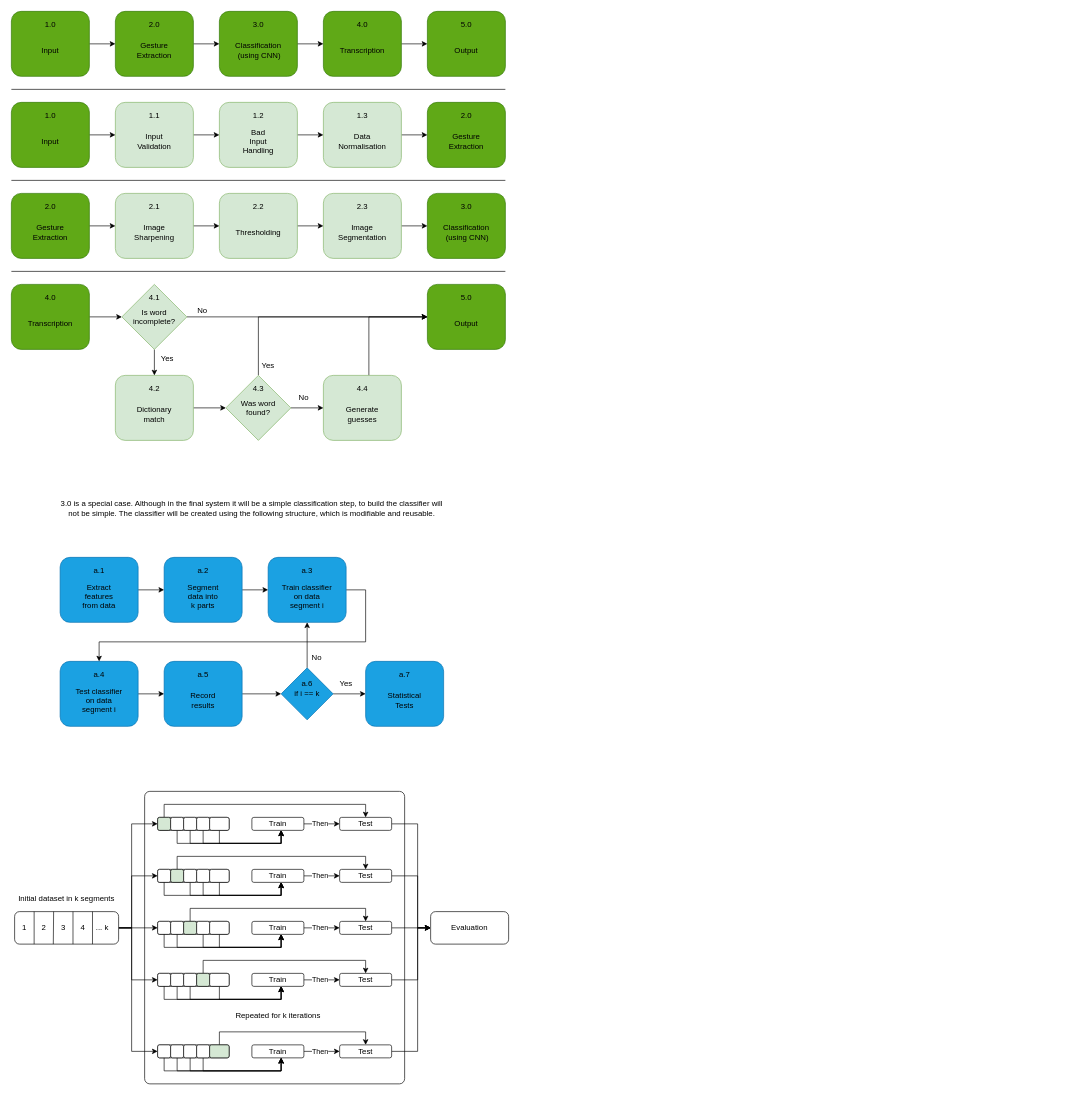
Above: Untitled Diagram.drawio in Inkletblot/drawio (draw.io), before the change. Source tidied: cells renumbered, new cells numbered last; positions are measured from the earlier drawing's top-left corner, leaving out a move shared by most shapes. Both pictures are drawn from the tidied source at 65%, with x=0, y=0 at pixel (11, 11).
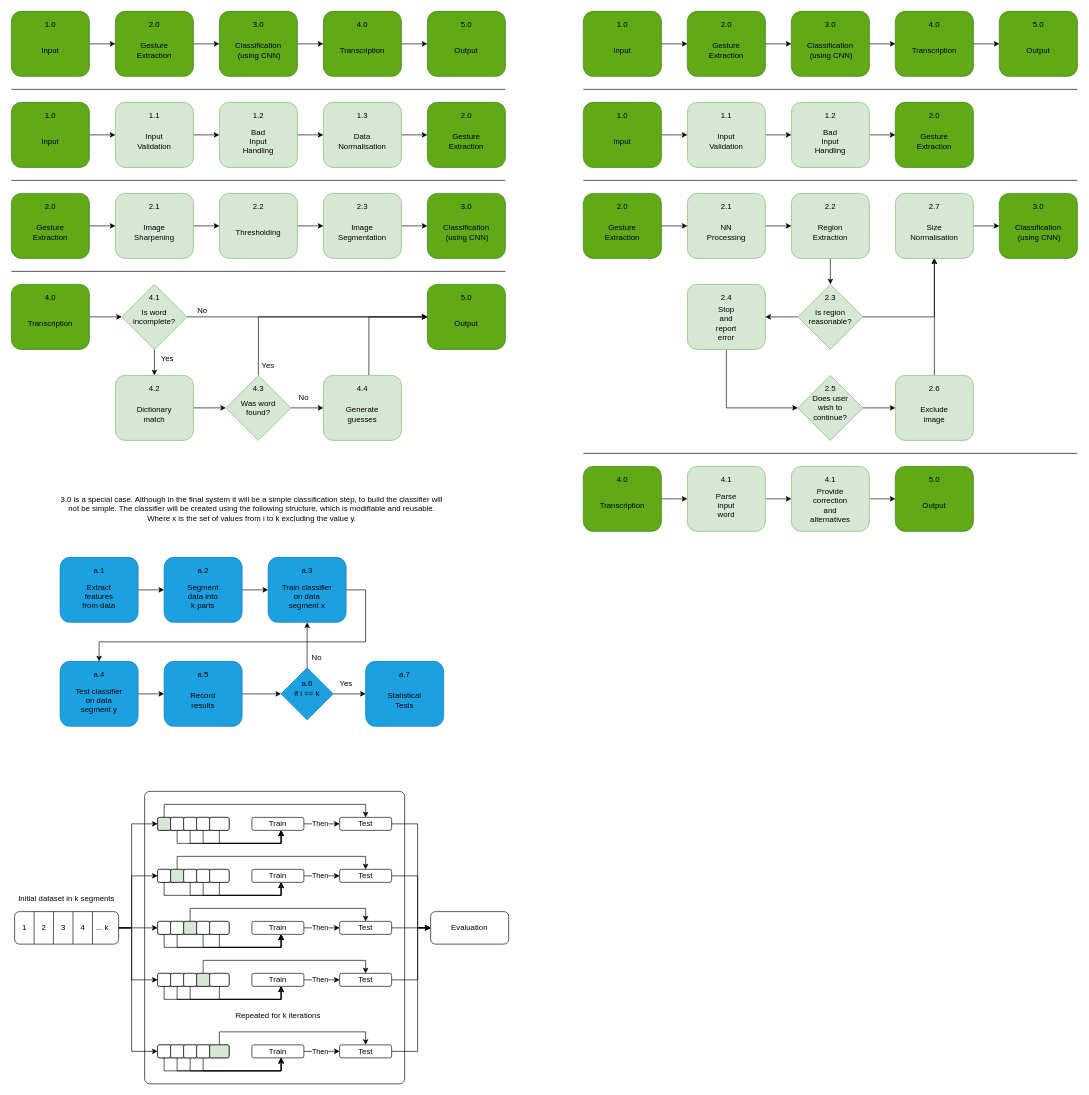
Above is the later version.

What changed in the source:
```diff
@@
-    <mxCell id="47" value="&lt;div&gt;3.0 is a special case. Although in the final system it will be a simple classification step, to build the classifier will not be simple. The classifier will be created using the following structure, which is modifiable and reusable.&lt;br&gt;&lt;/div&gt;" style="text;html=1;strokeColor=none;fillColor=none;align=center;verticalAlign=middle;whiteSpace=wrap;rounded=0;" parent="1" vertex="1">
+    <mxCell id="47" value="&lt;div&gt;3.0 is a special case. Although in the final system it will be a simple classification step, to build the classifier will not be simple. The classifier will be created using the following structure, which is modifiable and reusable. Where x is the set of values from i to k excluding the value y.&lt;br&gt;&lt;/div&gt;" style="text;html=1;strokeColor=none;fillColor=none;align=center;verticalAlign=middle;whiteSpace=wrap;rounded=0;" parent="1" vertex="1">
       <mxGeometry x="70" y="750" width="600" height="30" as="geometry" />
     </mxCell>
@@
-    <mxCell id="55" value="&lt;div&gt;Train classifier on data segment i&lt;/div&gt;" style="text;html=1;strokeColor=none;fillColor=none;align=center;verticalAlign=middle;whiteSpace=wrap;rounded=0;" parent="1" vertex="1">
+    <mxCell id="55" value="&lt;div&gt;Train classifier on data segment x&lt;br&gt;&lt;/div&gt;" style="text;html=1;strokeColor=none;fillColor=none;align=center;verticalAlign=middle;whiteSpace=wrap;rounded=0;" parent="1" vertex="1">
       <mxGeometry x="410" y="890" width="90" height="20" as="geometry" />
     </mxCell>
@@
-    <mxCell id="169" value="Test classifier on data segment i" style="text;html=1;strokeColor=none;fillColor=none;align=center;verticalAlign=middle;whiteSpace=wrap;rounded=0;" parent="1" vertex="1">
+    <mxCell id="169" value="Test classifier on data segment y" style="text;html=1;strokeColor=none;fillColor=none;align=center;verticalAlign=middle;whiteSpace=wrap;rounded=0;" parent="1" vertex="1">
       <mxGeometry x="90" y="1050" width="90" height="20" as="geometry" />
     </mxCell>
@@
+    <mxCell id="214" style="edgeStyle=orthogonalEdgeStyle;rounded=0;jettySize=auto;html=1;" parent="1" edge="1" source="215" target="222">
+      <mxGeometry relative="1" as="geometry" />
+    </mxCell>
+    <mxCell id="215" style="rounded=1;whiteSpace=wrap;html=1;fillColor=#60a917;strokeColor=#2D7600;fontColor=#ffffff;" parent="1" vertex="1">
+      <mxGeometry x="880" y="700" width="120" height="100" as="geometry" />
+    </mxCell>
+    <mxCell id="216" value="4.0" style="text;html=1;strokeColor=none;fillColor=none;align=center;verticalAlign=middle;whiteSpace=wrap;rounded=0;" parent="1" vertex="1">
+      <mxGeometry x="920" y="710" width="40" height="20" as="geometry" />
+    </mxCell>
+    <mxCell id="217" value="Transcription" style="text;html=1;strokeColor=none;fillColor=none;align=center;verticalAlign=middle;whiteSpace=wrap;rounded=0;" parent="1" vertex="1">
+      <mxGeometry x="920" y="750" width="40" height="20" as="geometry" />
+    </mxCell>
+    <mxCell id="218" style="rounded=1;whiteSpace=wrap;html=1;fillColor=#60a917;strokeColor=#2D7600;fontColor=#ffffff;" parent="1" vertex="1">
+      <mxGeometry x="1360" y="700" width="120" height="100" as="geometry" />
+    </mxCell>
+    <mxCell id="219" value="5.0" style="text;html=1;strokeColor=none;fillColor=none;align=center;verticalAlign=middle;whiteSpace=wrap;rounded=0;" parent="1" vertex="1">
+      <mxGeometry x="1400" y="710" width="40" height="20" as="geometry" />
+    </mxCell>
+    <mxCell id="220" value="Output" style="text;html=1;strokeColor=none;fillColor=none;align=center;verticalAlign=middle;whiteSpace=wrap;rounded=0;" parent="1" vertex="1">
+      <mxGeometry x="1400" y="750" width="40" height="20" as="geometry" />
+    </mxCell>
+    <mxCell id="221" style="edgeStyle=orthogonalEdgeStyle;rounded=0;jettySize=auto;html=1;" parent="1" edge="1" source="222" target="226">
+      <mxGeometry relative="1" as="geometry" />
+    </mxCell>
+    <mxCell id="222" style="rounded=1;whiteSpace=wrap;html=1;fillColor=#d5e8d4;strokeColor=#82b366;" parent="1" vertex="1">
+      <mxGeometry x="1040" y="700" width="120" height="100" as="geometry" />
+    </mxCell>
+    <mxCell id="223" value="4.1" style="text;html=1;strokeColor=none;fillColor=none;align=center;verticalAlign=middle;whiteSpace=wrap;rounded=0;" parent="1" vertex="1">
+      <mxGeometry x="1080" y="710" width="40" height="20" as="geometry" />
+    </mxCell>
+    <mxCell id="224" value="Parse input word" style="text;html=1;strokeColor=none;fillColor=none;align=center;verticalAlign=middle;whiteSpace=wrap;rounded=0;" parent="1" vertex="1">
+      <mxGeometry x="1080" y="750" width="40" height="20" as="geometry" />
+    </mxCell>
+    <mxCell id="225" style="edgeStyle=orthogonalEdgeStyle;rounded=0;jettySize=auto;html=1;" parent="1" edge="1" source="226" target="218">
+      <mxGeometry relative="1" as="geometry" />
+    </mxCell>
+    <mxCell id="226" style="rounded=1;whiteSpace=wrap;html=1;fillColor=#d5e8d4;strokeColor=#82b366;" parent="1" vertex="1">
+      <mxGeometry x="1200" y="700" width="120" height="100" as="geometry" />
+    </mxCell>
+    <mxCell id="227" value="4.1" style="text;html=1;strokeColor=none;fillColor=none;align=center;verticalAlign=middle;whiteSpace=wrap;rounded=0;" parent="1" vertex="1">
+      <mxGeometry x="1240" y="710" width="40" height="20" as="geometry" />
+    </mxCell>
+    <mxCell id="228" value="Provide correction and alternatives" style="text;html=1;strokeColor=none;fillColor=none;align=center;verticalAlign=middle;whiteSpace=wrap;rounded=0;" parent="1" vertex="1">
+      <mxGeometry x="1240" y="750" width="40" height="20" as="geometry" />
+    </mxCell>
+    <mxCell id="229" style="edgeStyle=orthogonalEdgeStyle;rounded=0;jettySize=auto;html=1;" parent="1" edge="1" source="230" target="233">
+      <mxGeometry relative="1" as="geometry" />
+    </mxCell>
+    <mxCell id="230" style="rounded=1;whiteSpace=wrap;html=1;fillColor=#d5e8d4;strokeColor=#82b366;" parent="1" vertex="1">
+      <mxGeometry x="1040" y="280" width="120" height="100" as="geometry" />
+    </mxCell>
+    <mxCell id="231" value="2.1" style="text;html=1;strokeColor=none;fillColor=none;align=center;verticalAlign=middle;whiteSpace=wrap;rounded=0;" parent="1" vertex="1">
+      <mxGeometry x="1080" y="290" width="40" height="20" as="geometry" />
+    </mxCell>
+    <mxCell id="232" style="edgeStyle=orthogonalEdgeStyle;rounded=0;jettySize=auto;html=1;" parent="1" edge="1" source="233" target="287">
+      <mxGeometry relative="1" as="geometry" />
+    </mxCell>
+    <mxCell id="233" style="rounded=1;whiteSpace=wrap;html=1;fillColor=#d5e8d4;strokeColor=#82b366;" parent="1" vertex="1">
+      <mxGeometry x="1200" y="280" width="120" height="100" as="geometry" />
+    </mxCell>
+    <mxCell id="234" value="2.2" style="text;html=1;strokeColor=none;fillColor=none;align=center;verticalAlign=middle;whiteSpace=wrap;rounded=0;" parent="1" vertex="1">
+      <mxGeometry x="1240" y="290" width="40" height="20" as="geometry" />
+    </mxCell>
+    <mxCell id="235" value="NN Processing" style="text;html=1;strokeColor=none;fillColor=none;align=center;verticalAlign=middle;whiteSpace=wrap;rounded=0;" parent="1" vertex="1">
+      <mxGeometry x="1080" y="330" width="40" height="20" as="geometry" />
+    </mxCell>
+    <mxCell id="236" value="Region Extraction" style="text;html=1;strokeColor=none;fillColor=none;align=center;verticalAlign=middle;whiteSpace=wrap;rounded=0;" parent="1" vertex="1">
+      <mxGeometry x="1240" y="330" width="40" height="20" as="geometry" />
+    </mxCell>
+    <mxCell id="237" style="edgeStyle=orthogonalEdgeStyle;rounded=0;jettySize=auto;html=1;" parent="1" edge="1" source="238" target="245">
+      <mxGeometry relative="1" as="geometry" />
+    </mxCell>
+    <mxCell id="238" style="rounded=1;whiteSpace=wrap;html=1;fillColor=#d5e8d4;strokeColor=#82b366;" parent="1" vertex="1">
+      <mxGeometry x="1360" y="280" width="120" height="100" as="geometry" />
+    </mxCell>
+    <mxCell id="239" value="2.7" style="text;html=1;strokeColor=none;fillColor=none;align=center;verticalAlign=middle;whiteSpace=wrap;rounded=0;" parent="1" vertex="1">
+      <mxGeometry x="1400" y="290" width="40" height="20" as="geometry" />
+    </mxCell>
+    <mxCell id="240" value="Size Normalisation" style="text;html=1;strokeColor=none;fillColor=none;align=center;verticalAlign=middle;whiteSpace=wrap;rounded=0;" parent="1" vertex="1">
+      <mxGeometry x="1400" y="330" width="40" height="20" as="geometry" />
+    </mxCell>
+    <mxCell id="241" style="edgeStyle=orthogonalEdgeStyle;rounded=0;jettySize=auto;html=1;entryX=0;entryY=0.5;entryDx=0;entryDy=0;" parent="1" edge="1" source="242" target="230">
+      <mxGeometry relative="1" as="geometry" />
+    </mxCell>
+    <mxCell id="242" style="rounded=1;whiteSpace=wrap;html=1;fillColor=#60a917;strokeColor=#2D7600;fontColor=#ffffff;" parent="1" vertex="1">
+      <mxGeometry x="880" y="280" width="120" height="100" as="geometry" />
+    </mxCell>
+    <mxCell id="243" value="2.0" style="text;html=1;strokeColor=none;fillColor=none;align=center;verticalAlign=middle;whiteSpace=wrap;rounded=0;" parent="1" vertex="1">
+      <mxGeometry x="920" y="290" width="40" height="20" as="geometry" />
+    </mxCell>
+    <mxCell id="244" value="Gesture Extraction" style="text;html=1;strokeColor=none;fillColor=none;align=center;verticalAlign=middle;whiteSpace=wrap;rounded=0;" parent="1" vertex="1">
+      <mxGeometry x="920" y="330" width="40" height="20" as="geometry" />
+    </mxCell>
+    <mxCell id="245" style="rounded=1;whiteSpace=wrap;html=1;fillColor=#60a917;strokeColor=#2D7600;fontColor=#ffffff;" parent="1" vertex="1">
+      <mxGeometry x="1520" y="280" width="120" height="100" as="geometry" />
+    </mxCell>
+    <mxCell id="246" value="3.0" style="text;html=1;strokeColor=none;fillColor=none;align=center;verticalAlign=middle;whiteSpace=wrap;rounded=0;" parent="1" vertex="1">
+      <mxGeometry x="1560" y="290" width="40" height="20" as="geometry" />
+    </mxCell>
+    <mxCell id="247" value="&lt;div&gt;Classification&lt;/div&gt;&lt;div&gt;&amp;nbsp;(using CNN)&lt;/div&gt;" style="text;html=1;strokeColor=none;fillColor=none;align=center;verticalAlign=middle;whiteSpace=wrap;rounded=0;" parent="1" vertex="1">
+      <mxGeometry x="1560" y="330" width="40" height="20" as="geometry" />
+    </mxCell>
+    <mxCell id="248" style="edgeStyle=orthogonalEdgeStyle;rounded=0;jettySize=auto;html=1;" parent="1" edge="1" source="249" target="253">
+      <mxGeometry relative="1" as="geometry" />
+    </mxCell>
+    <mxCell id="249" style="rounded=1;whiteSpace=wrap;html=1;fillColor=#d5e8d4;strokeColor=#82b366;" parent="1" vertex="1">
+      <mxGeometry x="1040" y="140" width="120" height="100" as="geometry" />
+    </mxCell>
+    <mxCell id="250" value="1.1" style="text;html=1;strokeColor=none;fillColor=none;align=center;verticalAlign=middle;whiteSpace=wrap;rounded=0;" parent="1" vertex="1">
+      <mxGeometry x="1080" y="150" width="40" height="20" as="geometry" />
+    </mxCell>
+    <mxCell id="251" value="Input Validation" style="text;html=1;strokeColor=none;fillColor=none;align=center;verticalAlign=middle;whiteSpace=wrap;rounded=0;" parent="1" vertex="1">
+      <mxGeometry x="1080" y="190" width="40" height="20" as="geometry" />
+    </mxCell>
+    <mxCell id="252" style="edgeStyle=orthogonalEdgeStyle;rounded=0;jettySize=auto;html=1;" parent="1" edge="1" source="253" target="260">
+      <mxGeometry relative="1" as="geometry" />
+    </mxCell>
+    <mxCell id="253" style="rounded=1;whiteSpace=wrap;html=1;fillColor=#d5e8d4;strokeColor=#82b366;" parent="1" vertex="1">
+      <mxGeometry x="1200" y="140" width="120" height="100" as="geometry" />
+    </mxCell>
+    <mxCell id="254" value="1.2" style="text;html=1;strokeColor=none;fillColor=none;align=center;verticalAlign=middle;whiteSpace=wrap;rounded=0;" parent="1" vertex="1">
+      <mxGeometry x="1240" y="150" width="40" height="20" as="geometry" />
+    </mxCell>
+    <mxCell id="255" value="Bad Input Handling" style="text;html=1;strokeColor=none;fillColor=none;align=center;verticalAlign=middle;whiteSpace=wrap;rounded=0;" parent="1" vertex="1">
+      <mxGeometry x="1240" y="190" width="40" height="20" as="geometry" />
+    </mxCell>
+    <mxCell id="256" style="edgeStyle=orthogonalEdgeStyle;rounded=0;jettySize=auto;html=1;" parent="1" edge="1" source="257" target="249">
+      <mxGeometry relative="1" as="geometry" />
+    </mxCell>
+    <mxCell id="257" style="rounded=1;whiteSpace=wrap;html=1;fillColor=#60a917;strokeColor=#2D7600;fontColor=#ffffff;" parent="1" vertex="1">
+      <mxGeometry x="880" y="140" width="120" height="100" as="geometry" />
+    </mxCell>
+    <mxCell id="258" value="1.0" style="text;html=1;strokeColor=none;fillColor=none;align=center;verticalAlign=middle;whiteSpace=wrap;rounded=0;" parent="1" vertex="1">
+      <mxGeometry x="920" y="150" width="40" height="20" as="geometry" />
+    </mxCell>
+    <mxCell id="259" value="Input" style="text;html=1;strokeColor=none;fillColor=none;align=center;verticalAlign=middle;whiteSpace=wrap;rounded=0;" parent="1" vertex="1">
+      <mxGeometry x="920" y="190" width="40" height="20" as="geometry" />
+    </mxCell>
+    <mxCell id="260" style="rounded=1;whiteSpace=wrap;html=1;fillColor=#60a917;strokeColor=#2D7600;fontColor=#ffffff;" parent="1" vertex="1">
+      <mxGeometry x="1360" y="140" width="120" height="100" as="geometry" />
+    </mxCell>
+    <mxCell id="261" value="2.0" style="text;html=1;strokeColor=none;fillColor=none;align=center;verticalAlign=middle;whiteSpace=wrap;rounded=0;" parent="1" vertex="1">
+      <mxGeometry x="1400" y="150" width="40" height="20" as="geometry" />
+    </mxCell>
+    <mxCell id="262" value="Gesture Extraction" style="text;html=1;strokeColor=none;fillColor=none;align=center;verticalAlign=middle;whiteSpace=wrap;rounded=0;" parent="1" vertex="1">
+      <mxGeometry x="1400" y="190" width="40" height="20" as="geometry" />
+    </mxCell>
+    <mxCell id="263" style="edgeStyle=orthogonalEdgeStyle;rounded=0;jettySize=auto;html=1;entryX=0;entryY=0.5;entryDx=0;entryDy=0;" parent="1" edge="1" source="264" target="268">
+      <mxGeometry relative="1" as="geometry" />
+    </mxCell>
+    <mxCell id="264" style="rounded=1;whiteSpace=wrap;html=1;fillColor=#60a917;strokeColor=#2D7600;fontColor=#ffffff;" parent="1" vertex="1">
+      <mxGeometry x="880" width="120" height="100" as="geometry" />
+    </mxCell>
+    <mxCell id="265" value="1.0" style="text;html=1;strokeColor=none;fillColor=none;align=center;verticalAlign=middle;whiteSpace=wrap;rounded=0;" parent="1" vertex="1">
+      <mxGeometry x="920" y="10" width="40" height="20" as="geometry" />
+    </mxCell>
+    <mxCell id="266" value="Input" style="text;html=1;strokeColor=none;fillColor=none;align=center;verticalAlign=middle;whiteSpace=wrap;rounded=0;" parent="1" vertex="1">
+      <mxGeometry x="920" y="50" width="40" height="20" as="geometry" />
+    </mxCell>
+    <mxCell id="267" style="edgeStyle=orthogonalEdgeStyle;rounded=0;jettySize=auto;html=1;" parent="1" edge="1" source="268" target="272">
+      <mxGeometry relative="1" as="geometry" />
+    </mxCell>
+    <mxCell id="268" style="rounded=1;whiteSpace=wrap;html=1;fillColor=#60a917;strokeColor=#2D7600;fontColor=#ffffff;" parent="1" vertex="1">
+      <mxGeometry x="1040" width="120" height="100" as="geometry" />
+    </mxCell>
+    <mxCell id="269" value="2.0" style="text;html=1;strokeColor=none;fillColor=none;align=center;verticalAlign=middle;whiteSpace=wrap;rounded=0;" parent="1" vertex="1">
+      <mxGeometry x="1080" y="10" width="40" height="20" as="geometry" />
+    </mxCell>
+    <mxCell id="270" value="Gesture Extraction" style="text;html=1;strokeColor=none;fillColor=none;align=center;verticalAlign=middle;whiteSpace=wrap;rounded=0;" parent="1" vertex="1">
+      <mxGeometry x="1080" y="50" width="40" height="20" as="geometry" />
+    </mxCell>
+    <mxCell id="271" style="edgeStyle=orthogonalEdgeStyle;rounded=0;jettySize=auto;html=1;" parent="1" edge="1" source="272" target="276">
+      <mxGeometry relative="1" as="geometry" />
+    </mxCell>
+    <mxCell id="272" style="rounded=1;whiteSpace=wrap;html=1;fillColor=#60a917;strokeColor=#2D7600;fontColor=#ffffff;" parent="1" vertex="1">
+      <mxGeometry x="1200" width="120" height="100" as="geometry" />
+    </mxCell>
+    <mxCell id="273" value="3.0" style="text;html=1;strokeColor=none;fillColor=none;align=center;verticalAlign=middle;whiteSpace=wrap;rounded=0;" parent="1" vertex="1">
+      <mxGeometry x="1240" y="10" width="40" height="20" as="geometry" />
+    </mxCell>
+    <mxCell id="274" value="&lt;div&gt;Classification&lt;/div&gt;&lt;div&gt;&amp;nbsp;(using CNN)&lt;/div&gt;" style="text;html=1;strokeColor=none;fillColor=none;align=center;verticalAlign=middle;whiteSpace=wrap;rounded=0;" parent="1" vertex="1">
+      <mxGeometry x="1240" y="50" width="40" height="20" as="geometry" />
+    </mxCell>
+    <mxCell id="275" style="edgeStyle=orthogonalEdgeStyle;rounded=0;jettySize=auto;html=1;" parent="1" edge="1" source="276" target="279">
+      <mxGeometry relative="1" as="geometry" />
+    </mxCell>
+    <mxCell id="276" style="rounded=1;whiteSpace=wrap;html=1;fillColor=#60a917;strokeColor=#2D7600;fontColor=#ffffff;" parent="1" vertex="1">
+      <mxGeometry x="1360" width="120" height="100" as="geometry" />
+    </mxCell>
+    <mxCell id="277" value="4.0" style="text;html=1;strokeColor=none;fillColor=none;align=center;verticalAlign=middle;whiteSpace=wrap;rounded=0;" parent="1" vertex="1">
+      <mxGeometry x="1400" y="10" width="40" height="20" as="geometry" />
+    </mxCell>
+    <mxCell id="278" value="Transcription" style="text;html=1;strokeColor=none;fillColor=none;align=center;verticalAlign=middle;whiteSpace=wrap;rounded=0;" parent="1" vertex="1">
+      <mxGeometry x="1400" y="50" width="40" height="20" as="geometry" />
+    </mxCell>
+    <mxCell id="279" style="rounded=1;whiteSpace=wrap;html=1;fillColor=#60a917;strokeColor=#2D7600;fontColor=#ffffff;" parent="1" vertex="1">
+      <mxGeometry x="1520" width="120" height="100" as="geometry" />
+    </mxCell>
+    <mxCell id="280" value="5.0" style="text;html=1;strokeColor=none;fillColor=none;align=center;verticalAlign=middle;whiteSpace=wrap;rounded=0;" parent="1" vertex="1">
+      <mxGeometry x="1560" y="10" width="40" height="20" as="geometry" />
+    </mxCell>
+    <mxCell id="281" value="Output" style="text;html=1;strokeColor=none;fillColor=none;align=center;verticalAlign=middle;whiteSpace=wrap;rounded=0;" parent="1" vertex="1">
+      <mxGeometry x="1560" y="50" width="40" height="20" as="geometry" />
+    </mxCell>
+    <mxCell id="282" style="endArrow=none;html=1;rounded=0;" parent="1" edge="1">
+      <mxGeometry relative="1" as="geometry">
+        <mxPoint x="880" y="120" as="sourcePoint" />
+        <mxPoint x="1640" y="120" as="targetPoint" />
+      </mxGeometry>
+    </mxCell>
+    <mxCell id="283" style="endArrow=none;html=1;rounded=0;" parent="1" edge="1">
+      <mxGeometry relative="1" as="geometry">
+        <mxPoint x="880" y="260" as="sourcePoint" />
+        <mxPoint x="1640" y="260" as="targetPoint" />
+      </mxGeometry>
+    </mxCell>
+    <mxCell id="284" style="endArrow=none;html=1;rounded=0;" parent="1" edge="1">
+      <mxGeometry relative="1" as="geometry">
+        <mxPoint x="880" y="680" as="sourcePoint" />
+        <mxPoint x="1640" y="680" as="targetPoint" />
+      </mxGeometry>
+    </mxCell>
+    <mxCell id="285" style="edgeStyle=orthogonalEdgeStyle;rounded=0;jettySize=auto;html=1;" parent="1" edge="1" source="287" target="238">
+      <mxGeometry relative="1" as="geometry" />
+    </mxCell>
+    <mxCell id="286" style="edgeStyle=orthogonalEdgeStyle;rounded=0;jettySize=auto;html=1;" parent="1" edge="1" source="287" target="290">
+      <mxGeometry relative="1" as="geometry" />
+    </mxCell>
+    <mxCell id="287" value="Is region reasonable?" style="rhombus;whiteSpace=wrap;html=1;fillColor=#d5e8d4;strokeColor=#82b366;" parent="1" vertex="1">
+      <mxGeometry x="1210" y="420" width="100" height="100" as="geometry" />
+    </mxCell>
+    <mxCell id="288" value="2.3" style="text;html=1;strokeColor=none;fillColor=none;align=center;verticalAlign=middle;whiteSpace=wrap;rounded=0;" parent="1" vertex="1">
+      <mxGeometry x="1240" y="430" width="40" height="20" as="geometry" />
+    </mxCell>
+    <mxCell id="289" style="edgeStyle=orthogonalEdgeStyle;rounded=0;jettySize=auto;html=1;" parent="1" edge="1" source="290" target="294">
+      <mxGeometry relative="1" as="geometry">
+        <Array as="points">
+          <mxPoint x="1100" y="610" />
+        </Array>
+      </mxGeometry>
+    </mxCell>
+    <mxCell id="290" style="rounded=1;whiteSpace=wrap;html=1;fillColor=#d5e8d4;strokeColor=#82b366;" parent="1" vertex="1">
+      <mxGeometry x="1040" y="420" width="120" height="100" as="geometry" />
+    </mxCell>
+    <mxCell id="291" value="2.4" style="text;html=1;strokeColor=none;fillColor=none;align=center;verticalAlign=middle;whiteSpace=wrap;rounded=0;" parent="1" vertex="1">
+      <mxGeometry x="1080" y="430" width="40" height="20" as="geometry" />
+    </mxCell>
+    <mxCell id="292" value="Stop and report error" style="text;html=1;strokeColor=none;fillColor=none;align=center;verticalAlign=middle;whiteSpace=wrap;rounded=0;" parent="1" vertex="1">
+      <mxGeometry x="1080" y="470" width="40" height="20" as="geometry" />
+    </mxCell>
+    <mxCell id="293" style="edgeStyle=orthogonalEdgeStyle;rounded=0;jettySize=auto;html=1;" parent="1" edge="1" source="294" target="297">
+      <mxGeometry relative="1" as="geometry" />
+    </mxCell>
+    <mxCell id="294" value="&lt;div&gt;Does user&lt;/div&gt;&lt;div&gt;wish to &lt;br&gt;&lt;/div&gt;&lt;div&gt;continue?&lt;/div&gt;" style="rhombus;whiteSpace=wrap;html=1;fillColor=#d5e8d4;strokeColor=#82b366;" parent="1" vertex="1">
+      <mxGeometry x="1210" y="560" width="100" height="100" as="geometry" />
+    </mxCell>
+    <mxCell id="295" value="2.5" style="text;html=1;strokeColor=none;fillColor=none;align=center;verticalAlign=middle;whiteSpace=wrap;rounded=0;" parent="1" vertex="1">
+      <mxGeometry x="1240" y="570" width="40" height="20" as="geometry" />
+    </mxCell>
+    <mxCell id="296" style="edgeStyle=orthogonalEdgeStyle;rounded=0;jettySize=auto;html=1;" parent="1" edge="1" source="297" target="238">
+      <mxGeometry relative="1" as="geometry" />
+    </mxCell>
+    <mxCell id="297" style="rounded=1;whiteSpace=wrap;html=1;fillColor=#d5e8d4;strokeColor=#82b366;" parent="1" vertex="1">
+      <mxGeometry x="1360" y="560" width="120" height="100" as="geometry" />
+    </mxCell>
+    <mxCell id="298" value="2.6" style="text;html=1;strokeColor=none;fillColor=none;align=center;verticalAlign=middle;whiteSpace=wrap;rounded=0;" parent="1" vertex="1">
+      <mxGeometry x="1400" y="570" width="40" height="20" as="geometry" />
+    </mxCell>
+    <mxCell id="299" value="Exclude image" style="text;html=1;strokeColor=none;fillColor=none;align=center;verticalAlign=middle;whiteSpace=wrap;rounded=0;" parent="1" vertex="1">
+      <mxGeometry x="1400" y="610" width="40" height="20" as="geometry" />
+    </mxCell>
```
